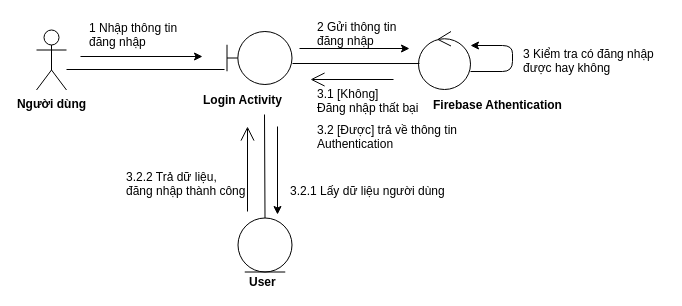
Before: luận văn tốt nghiệp/cuonbaocao/cac so do/Thanhphanxuly/So do/so do cong tac/dangnhap.drawio in ThanhQvanVnnn/BookAppFireBase, a draw.io diagram. Source tidied: cells renumbered, new cells numbered last; positions are measured from the earlier drawing's top-left corner, leaving out a move shared by most shapes. Both pictures are drawn from the tidied source at 100%, with x=0, y=0 at pixel (36, 17).
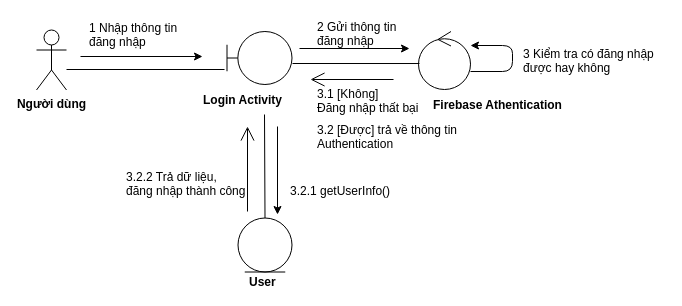
The same diagram, later.

Diff of the diagram source:
```diff
@@
-    <mxCell id="23" value="3.2.1 Lấy dữ liệu người dùng" style="text;html=1;align=left;verticalAlign=top;spacingTop=-4;" parent="1" vertex="1">
-      <mxGeometry x="252" y="164" width="165" height="14" as="geometry" />
+    <mxCell id="23" value="3.2.1 getUserInfo()" style="text;html=1;align=left;verticalAlign=top;spacingTop=-4;" parent="1" vertex="1">
+      <mxGeometry x="252" y="164" width="110" height="14" as="geometry" />
     </mxCell>
```
